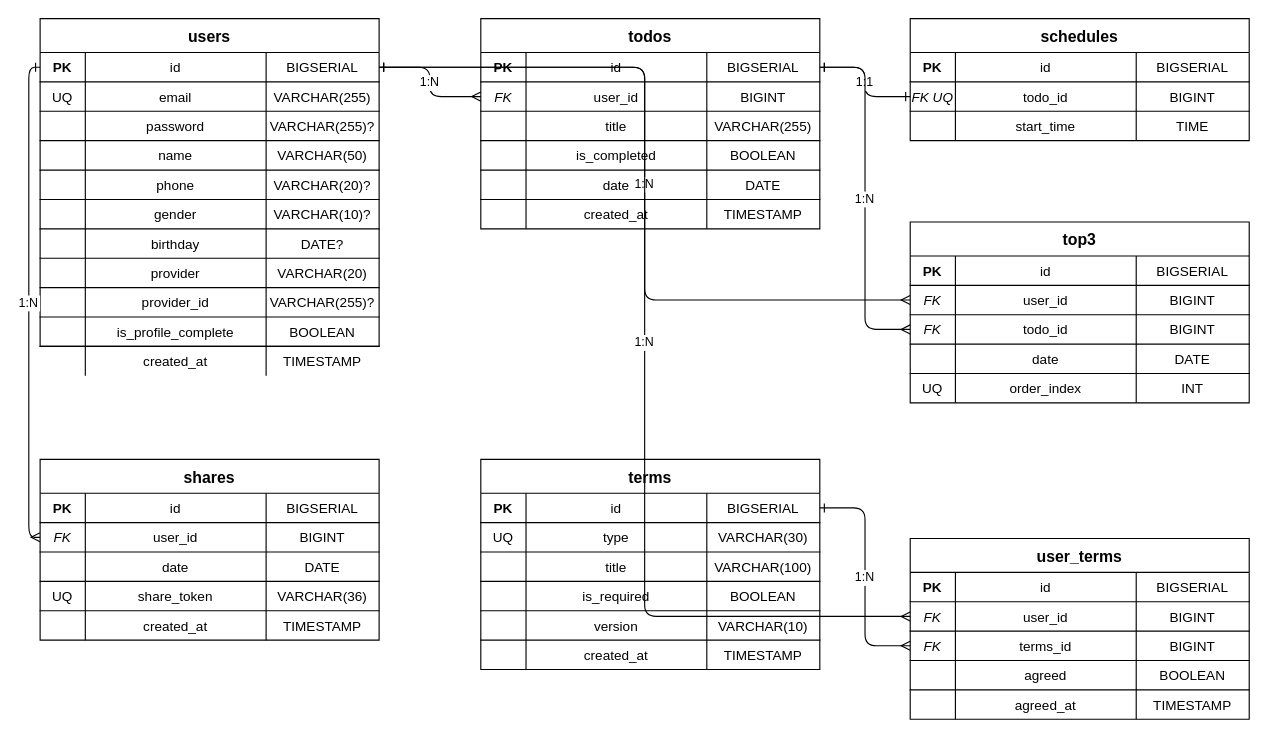
Above: er-diagram.drawio in timonPark/three-focus-server (draw.io), before the change. Source tidied: cells renumbered, new cells numbered last; positions are measured from the earlier drawing's top-left corner, leaving out a move shared by most shapes. Both pictures are drawn from the tidied source at 113%, with x=0, y=0 at pixel (40, 18).
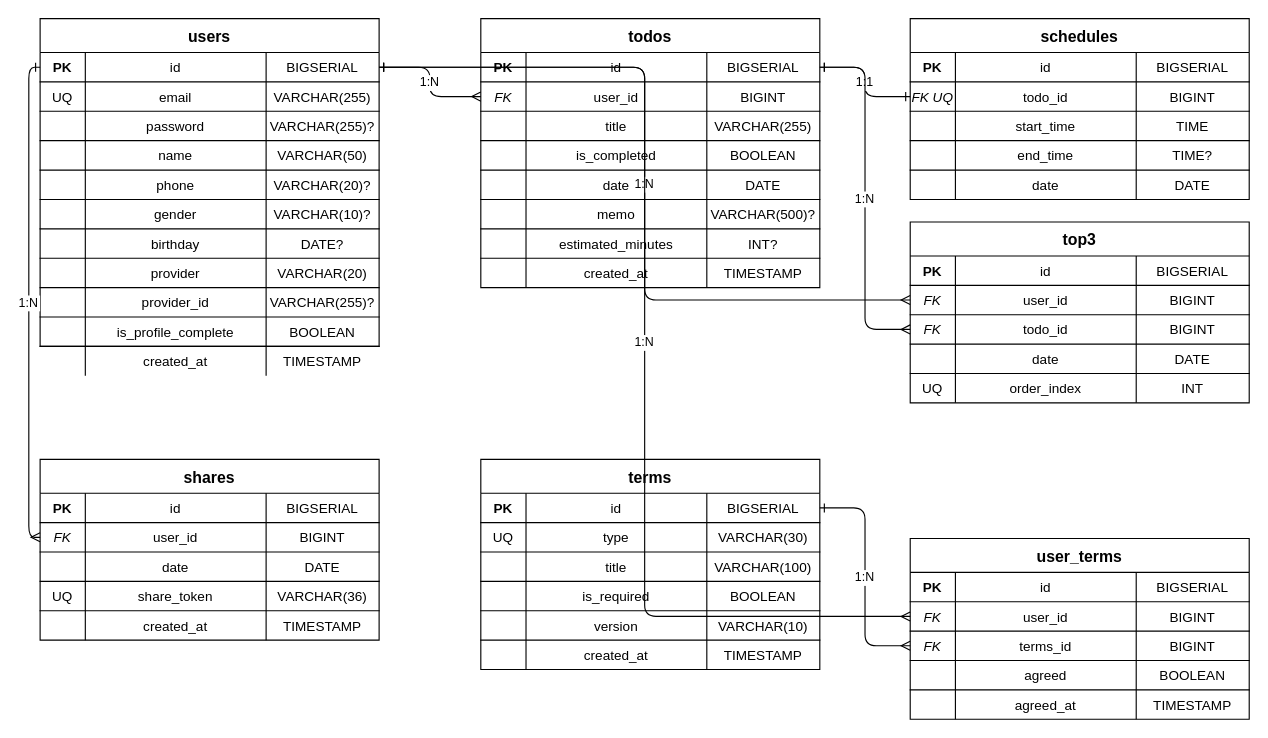
After the change.

Commit message (it also covers changes not shown here):
feat: refactor share API response and update ERD

Change to the diagram source:
```diff
@@
     <mxCell id="47" value="todos" style="shape=table;startSize=30;childLayout=tableLayout;rowLines=0;fontStyle=1;align=center;fontSize=14;" parent="1" vertex="1">
-      <mxGeometry x="390" width="300" height="186" as="geometry" />
+      <mxGeometry x="390" width="300" height="238" as="geometry" />
     </mxCell>
@@
-    <mxCell id="68" style="shape=tableRow;horizontal=false;startSize=0;swimlaneHead=0;swimlaneBody=0;fillColor=none;fontSize=12;top=0;left=0;right=0;bottom=0;" parent="47" vertex="1">
+    <mxCell id="68" style="shape=tableRow;horizontal=false;startSize=0;swimlaneHead=0;swimlaneBody=0;fillColor=none;fontSize=12;top=0;left=0;right=0;bottom=1;" parent="47" vertex="1">
       <mxGeometry y="160" width="300" height="26" as="geometry" />
     </mxCell>
@@
-    <mxCell id="70" value="created_at" style="shape=partialRectangle;fillColor=none;top=0;left=0;bottom=0;right=0;overflow=hidden;" parent="68" vertex="1">
+    <mxCell id="70" value="memo" style="shape=partialRectangle;fillColor=none;top=0;left=0;bottom=0;right=0;overflow=hidden;" parent="68" vertex="1">
       <mxGeometry x="40" width="160" height="26" as="geometry" />
     </mxCell>
-    <mxCell id="71" value="TIMESTAMP" style="shape=partialRectangle;fillColor=none;top=0;left=0;bottom=0;right=0;overflow=hidden;" parent="68" vertex="1">
+    <mxCell id="71" value="VARCHAR(500)?" style="shape=partialRectangle;fillColor=none;top=0;left=0;bottom=0;right=0;overflow=hidden;" parent="68" vertex="1">
       <mxGeometry x="200" width="100" height="26" as="geometry" />
     </mxCell>
+    <mxCell id="180" style="shape=tableRow;horizontal=false;startSize=0;swimlaneHead=0;swimlaneBody=0;fillColor=none;fontSize=12;top=0;left=0;right=0;bottom=1;" parent="47" vertex="1">
+      <mxGeometry y="186" width="300" height="26" as="geometry" />
+    </mxCell>
+    <mxCell id="181" style="shape=partialRectangle;fillColor=none;top=0;left=0;bottom=0;right=0;overflow=hidden;" parent="180" vertex="1">
+      <mxGeometry width="40" height="26" as="geometry" />
+    </mxCell>
+    <mxCell id="182" value="estimated_minutes" style="shape=partialRectangle;fillColor=none;top=0;left=0;bottom=0;right=0;overflow=hidden;" parent="180" vertex="1">
+      <mxGeometry x="40" width="160" height="26" as="geometry" />
+    </mxCell>
+    <mxCell id="183" value="INT?" style="shape=partialRectangle;fillColor=none;top=0;left=0;bottom=0;right=0;overflow=hidden;" parent="180" vertex="1">
+      <mxGeometry x="200" width="100" height="26" as="geometry" />
+    </mxCell>
+    <mxCell id="184" style="shape=tableRow;horizontal=false;startSize=0;swimlaneHead=0;swimlaneBody=0;fillColor=none;fontSize=12;top=0;left=0;right=0;bottom=0;" parent="47" vertex="1">
+      <mxGeometry y="212" width="300" height="26" as="geometry" />
+    </mxCell>
+    <mxCell id="185" style="shape=partialRectangle;fillColor=none;top=0;left=0;bottom=0;right=0;overflow=hidden;" parent="184" vertex="1">
+      <mxGeometry width="40" height="26" as="geometry" />
+    </mxCell>
+    <mxCell id="186" value="created_at" style="shape=partialRectangle;fillColor=none;top=0;left=0;bottom=0;right=0;overflow=hidden;" parent="184" vertex="1">
+      <mxGeometry x="40" width="160" height="26" as="geometry" />
+    </mxCell>
+    <mxCell id="187" value="TIMESTAMP" style="shape=partialRectangle;fillColor=none;top=0;left=0;bottom=0;right=0;overflow=hidden;" parent="184" vertex="1">
+      <mxGeometry x="200" width="100" height="26" as="geometry" />
+    </mxCell>
     <mxCell id="72" value="schedules" style="shape=table;startSize=30;childLayout=tableLayout;rowLines=0;fontStyle=1;align=center;fontSize=14;" parent="1" vertex="1">
-      <mxGeometry x="770" width="300" height="108" as="geometry" />
+      <mxGeometry x="770" width="300" height="160" as="geometry" />
     </mxCell>
@@
-    <mxCell id="81" style="shape=tableRow;horizontal=false;startSize=0;swimlaneHead=0;swimlaneBody=0;fillColor=none;fontSize=12;top=0;left=0;right=0;bottom=0;" parent="72" vertex="1">
+    <mxCell id="81" style="shape=tableRow;horizontal=false;startSize=0;swimlaneHead=0;swimlaneBody=0;fillColor=none;fontSize=12;top=0;left=0;right=0;bottom=1;" parent="72" vertex="1">
       <mxGeometry y="82" width="300" height="26" as="geometry" />
     </mxCell>
@@
+    <mxCell id="188" style="shape=tableRow;horizontal=false;startSize=0;swimlaneHead=0;swimlaneBody=0;fillColor=none;fontSize=12;top=0;left=0;right=0;bottom=1;" parent="72" vertex="1">
+      <mxGeometry y="108" width="300" height="26" as="geometry" />
+    </mxCell>
+    <mxCell id="189" style="shape=partialRectangle;fillColor=none;top=0;left=0;bottom=0;right=0;overflow=hidden;" parent="188" vertex="1">
+      <mxGeometry width="40" height="26" as="geometry" />
+    </mxCell>
+    <mxCell id="190" value="end_time" style="shape=partialRectangle;fillColor=none;top=0;left=0;bottom=0;right=0;overflow=hidden;" parent="188" vertex="1">
+      <mxGeometry x="40" width="160" height="26" as="geometry" />
+    </mxCell>
+    <mxCell id="191" value="TIME?" style="shape=partialRectangle;fillColor=none;top=0;left=0;bottom=0;right=0;overflow=hidden;" parent="188" vertex="1">
+      <mxGeometry x="200" width="100" height="26" as="geometry" />
+    </mxCell>
+    <mxCell id="192" style="shape=tableRow;horizontal=false;startSize=0;swimlaneHead=0;swimlaneBody=0;fillColor=none;fontSize=12;top=0;left=0;right=0;bottom=0;" parent="72" vertex="1">
+      <mxGeometry y="134" width="300" height="26" as="geometry" />
+    </mxCell>
+    <mxCell id="193" style="shape=partialRectangle;fillColor=none;top=0;left=0;bottom=0;right=0;overflow=hidden;" parent="192" vertex="1">
+      <mxGeometry width="40" height="26" as="geometry" />
+    </mxCell>
+    <mxCell id="194" value="date" style="shape=partialRectangle;fillColor=none;top=0;left=0;bottom=0;right=0;overflow=hidden;" parent="192" vertex="1">
+      <mxGeometry x="40" width="160" height="26" as="geometry" />
+    </mxCell>
+    <mxCell id="195" value="DATE" style="shape=partialRectangle;fillColor=none;top=0;left=0;bottom=0;right=0;overflow=hidden;" parent="192" vertex="1">
+      <mxGeometry x="200" width="100" height="26" as="geometry" />
+    </mxCell>
```
